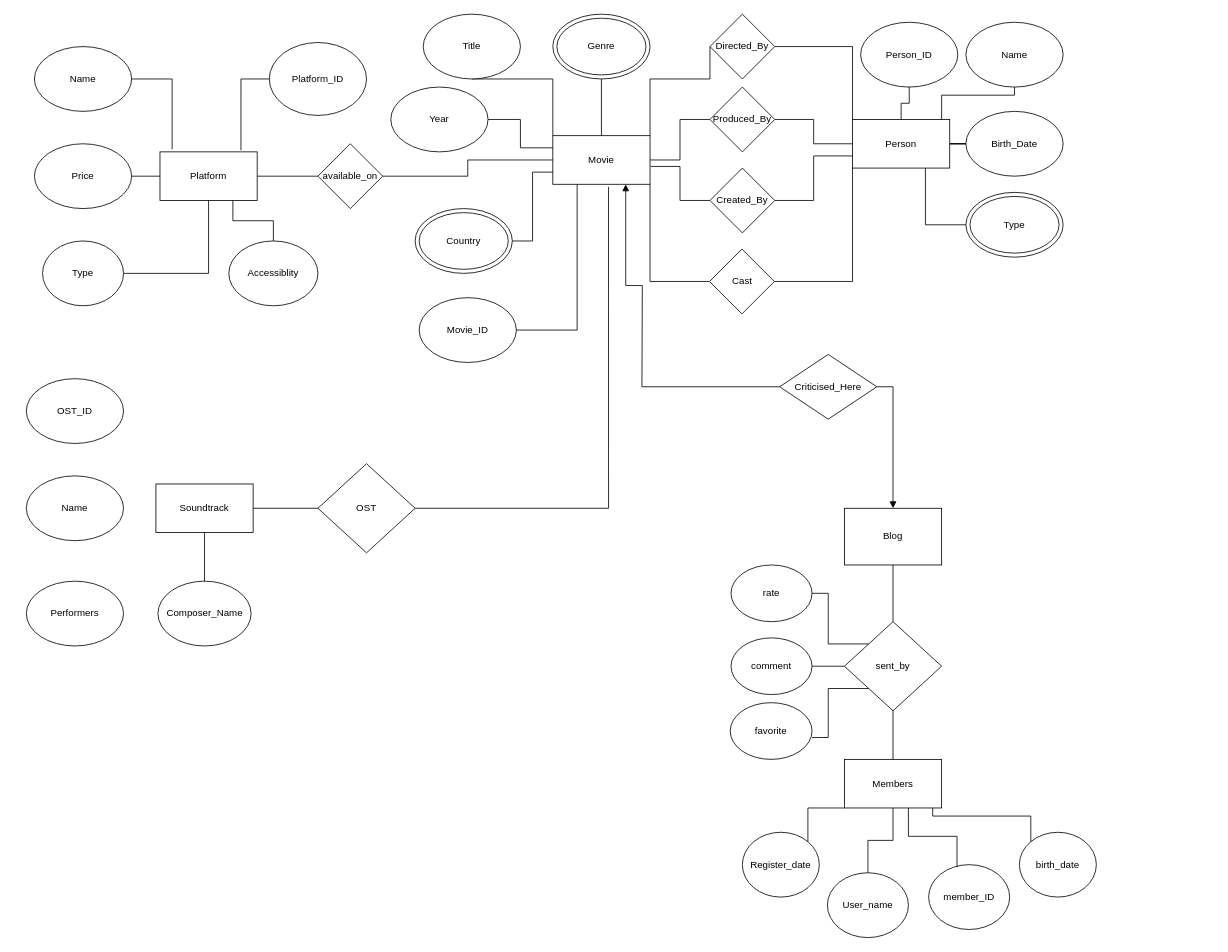
Earlier version of the draw.io diagram Untitled Diagram.drawio (yusuftengriverdi/database_management_systems). Source tidied: cells renumbered, new cells numbered last; positions are measured from the earlier drawing's top-left corner, leaving out a move shared by most shapes. Both pictures are drawn from the tidied source at 81%, with x=0, y=0 at pixel (26, 14).
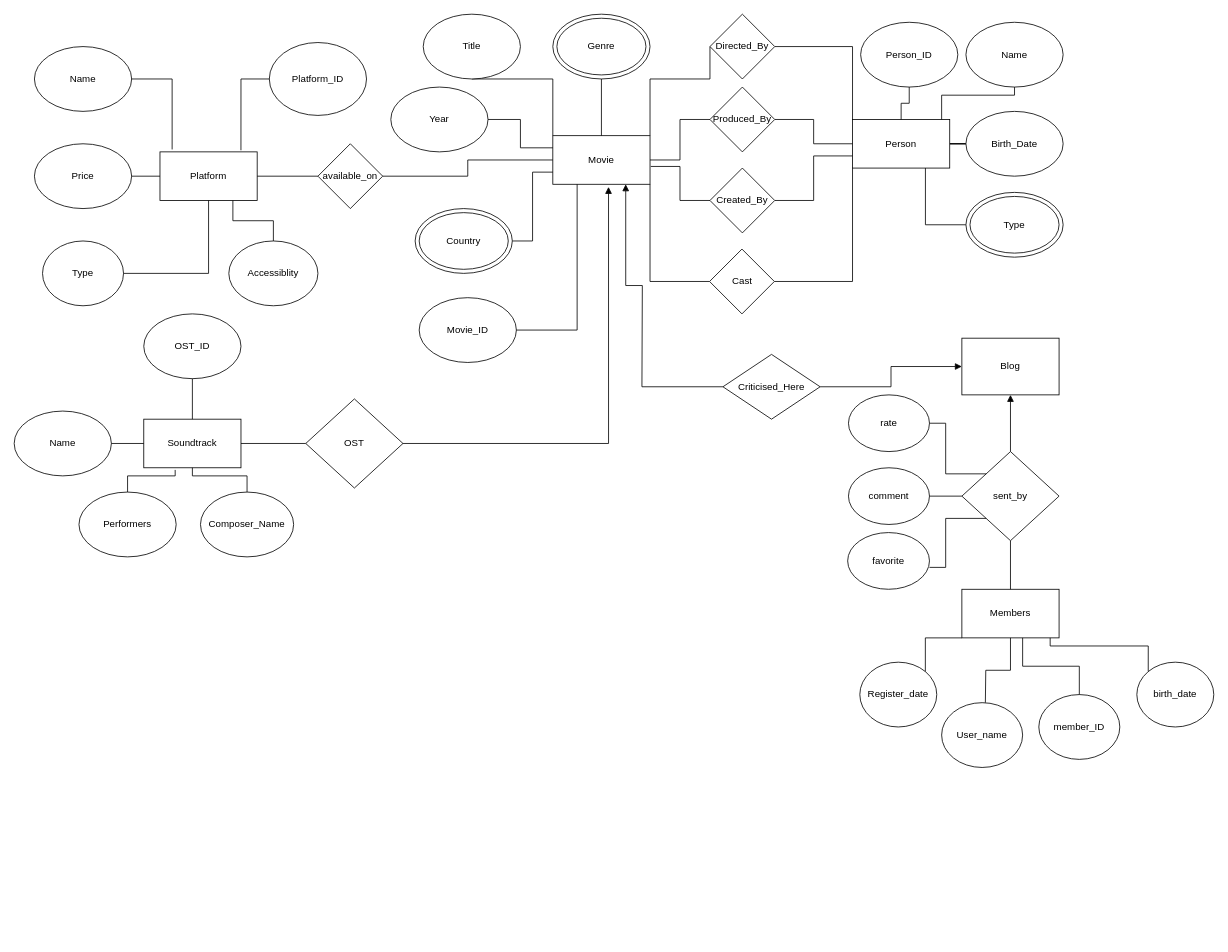
The same page after the edit.

The change refers to these unchanged cells:
```xml
<mxCell id="4" value="Movie" style="rounded=0;whiteSpace=wrap;html=1;" parent="1" vertex="1">
  <mxGeometry x="650" y="150" width="120" height="60" as="geometry" />
</mxCell>
```

Change to the diagram source:
```diff
@@
-    <mxCell id="52" style="edgeStyle=orthogonalEdgeStyle;rounded=0;jumpStyle=arc;jettySize=auto;html=1;startArrow=none;startFill=0;endArrow=none;endFill=0;strokeColor=#000000;" parent="1" edge="1" source="53" target="68">
+    <mxCell id="52" style="edgeStyle=orthogonalEdgeStyle;rounded=0;jumpStyle=arc;jettySize=auto;html=1;startArrow=block;startFill=1;endArrow=none;endFill=0;strokeColor=#000000;" parent="1" edge="1" source="53" target="68">
       <mxGeometry relative="1" as="geometry" />
     </mxCell>
     <mxCell id="53" value="Blog" style="rounded=0;whiteSpace=wrap;html=1;fillColor=none;" parent="1" vertex="1">
-      <mxGeometry x="1010" y="610" width="120" height="70" as="geometry" />
+      <mxGeometry x="1155" y="400" width="120" height="70" as="geometry" />
     </mxCell>
@@
     <mxCell id="56" value="Criticised_Here" style="rhombus;whiteSpace=wrap;html=1;" parent="1" vertex="1">
-      <mxGeometry x="930" y="420" width="120" height="80" as="geometry" />
+      <mxGeometry x="860" y="420" width="120" height="80" as="geometry" />
     </mxCell>
     <mxCell id="57" style="edgeStyle=orthogonalEdgeStyle;rounded=0;jumpStyle=arc;jettySize=auto;html=1;entryX=1;entryY=0;entryDx=0;entryDy=0;startArrow=none;startFill=0;endArrow=none;endFill=0;strokeColor=#000000;" parent="1" edge="1" source="61" target="63">
       <mxGeometry relative="1" as="geometry">
         <Array as="points">
-          <mxPoint x="965" y="980" />
+          <mxPoint x="1110" y="770" />
         </Array>
       </mxGeometry>
     </mxCell>
-    <mxCell id="58" style="edgeStyle=orthogonalEdgeStyle;rounded=0;jumpStyle=arc;jettySize=auto;html=1;entryX=0.5;entryY=0;entryDx=0;entryDy=0;startArrow=none;startFill=0;endArrow=none;endFill=0;strokeColor=#000000;" parent="1" edge="1" source="61" target="62">
-      <mxGeometry relative="1" as="geometry" />
+    <mxCell id="58" style="edgeStyle=orthogonalEdgeStyle;rounded=0;jumpStyle=arc;jettySize=auto;html=1;entryX=0.5;entryY=0;entryDx=0;entryDy=0;startArrow=none;startFill=0;endArrow=none;endFill=0;strokeColor=#000000;" parent="1" edge="1" source="61">
+      <mxGeometry relative="1" as="geometry">
+        <mxPoint x="1184" y="850" as="targetPoint" />
+      </mxGeometry>
     </mxCell>
+    <mxCell id="60" style="edgeStyle=orthogonalEdgeStyle;rounded=0;jumpStyle=arc;jettySize=auto;html=1;entryX=0;entryY=0;entryDx=0;entryDy=0;startArrow=none;startFill=0;endArrow=none;endFill=0;strokeColor=#000000;" parent="1" edge="1" source="61" target="64">
+      <mxGeometry relative="1" as="geometry">
+        <Array as="points">
+          <mxPoint x="1264" y="780" />
+          <mxPoint x="1385" y="780" />
+        </Array>
+      </mxGeometry>
+    </mxCell>
-    <mxCell id="59" style="edgeStyle=orthogonalEdgeStyle;rounded=0;jumpStyle=arc;jettySize=auto;html=1;entryX=0.35;entryY=0.038;entryDx=0;entryDy=0;entryPerimeter=0;startArrow=none;startFill=0;endArrow=none;endFill=0;strokeColor=#000000;" parent="1" edge="1" source="61" target="65">
+    <mxCell id="59" style="edgeStyle=orthogonalEdgeStyle;rounded=0;jumpStyle=arc;jettySize=auto;html=1;startArrow=none;startFill=0;endArrow=none;endFill=0;strokeColor=#000000;" parent="1" edge="1" source="61" target="65">
       <mxGeometry relative="1" as="geometry">
         <Array as="points">
-          <mxPoint x="1089" y="1015" />
-          <mxPoint x="1149" y="1015" />
+          <mxPoint x="1230" y="805" />
+          <mxPoint x="1300" y="805" />
         </Array>
       </mxGeometry>
     </mxCell>
-    <mxCell id="60" style="edgeStyle=orthogonalEdgeStyle;rounded=0;jumpStyle=arc;jettySize=auto;html=1;entryX=0;entryY=0;entryDx=0;entryDy=0;startArrow=none;startFill=0;endArrow=none;endFill=0;strokeColor=#000000;" parent="1" edge="1" source="61" target="64">
-      <mxGeometry relative="1" as="geometry">
-        <Array as="points">
-          <mxPoint x="1119" y="990" />
-          <mxPoint x="1240" y="990" />
-        </Array>
-      </mxGeometry>
-    </mxCell>
     <mxCell id="61" value="Members" style="rounded=0;whiteSpace=wrap;html=1;fillColor=none;" parent="1" vertex="1">
-      <mxGeometry x="1010" y="920" width="120" height="60" as="geometry" />
+      <mxGeometry x="1155" y="710" width="120" height="60" as="geometry" />
     </mxCell>
     <mxCell id="62" value="User_name" style="ellipse;whiteSpace=wrap;html=1;fillColor=none;" parent="1" vertex="1">
-      <mxGeometry x="989" y="1060" width="100" height="80" as="geometry" />
+      <mxGeometry x="1130" y="850" width="100" height="80" as="geometry" />
     </mxCell>
     <mxCell id="63" value="Register_date" style="ellipse;whiteSpace=wrap;html=1;fillColor=none;" parent="1" vertex="1">
-      <mxGeometry x="884" y="1010" width="95" height="80" as="geometry" />
+      <mxGeometry x="1029" y="800" width="95" height="80" as="geometry" />
     </mxCell>
     <mxCell id="64" value="birth_date" style="ellipse;whiteSpace=wrap;html=1;fillColor=none;" parent="1" vertex="1">
-      <mxGeometry x="1226" y="1010" width="95" height="80" as="geometry" />
+      <mxGeometry x="1371" y="800" width="95" height="80" as="geometry" />
     </mxCell>
     <mxCell id="65" value="member_ID" style="ellipse;whiteSpace=wrap;html=1;fillColor=none;" parent="1" vertex="1">
-      <mxGeometry x="1114" y="1050" width="100" height="80" as="geometry" />
+      <mxGeometry x="1250" y="840" width="100" height="80" as="geometry" />
     </mxCell>
+    <mxCell id="67" style="edgeStyle=orthogonalEdgeStyle;rounded=0;jumpStyle=arc;jettySize=auto;html=1;exitX=0;exitY=1;exitDx=0;exitDy=0;entryX=1;entryY=0.614;entryDx=0;entryDy=0;entryPerimeter=0;startArrow=none;startFill=0;endArrow=none;endFill=0;strokeColor=#000000;" parent="1" edge="1" source="68" target="71">
+      <mxGeometry relative="1" as="geometry" />
+    </mxCell>
-    <mxCell id="66" style="edgeStyle=orthogonalEdgeStyle;rounded=0;jumpStyle=arc;jettySize=auto;html=1;exitX=0.5;exitY=1;exitDx=0;exitDy=0;startArrow=none;startFill=0;endArrow=none;endFill=0;strokeColor=#000000;" parent="1" edge="1" source="68" target="61">
+    <mxCell id="66" style="edgeStyle=orthogonalEdgeStyle;rounded=0;jumpStyle=arc;jettySize=auto;html=1;exitX=0.5;exitY=1;exitDx=0;exitDy=0;entryX=0.5;entryY=0;entryDx=0;entryDy=0;startArrow=none;startFill=0;endArrow=none;endFill=0;strokeColor=#000000;" parent="1" edge="1" source="68" target="61">
       <mxGeometry relative="1" as="geometry" />
     </mxCell>
-    <mxCell id="67" style="edgeStyle=orthogonalEdgeStyle;rounded=0;jumpStyle=arc;jettySize=auto;html=1;exitX=0;exitY=1;exitDx=0;exitDy=0;entryX=1;entryY=0.614;entryDx=0;entryDy=0;entryPerimeter=0;startArrow=none;startFill=0;endArrow=none;endFill=0;strokeColor=#000000;" parent="1" edge="1" source="68" target="71">
-      <mxGeometry relative="1" as="geometry" />
-    </mxCell>
     <mxCell id="68" value="sent_by" style="rhombus;whiteSpace=wrap;html=1;fillColor=none;" parent="1" vertex="1">
-      <mxGeometry x="1010" y="750" width="120" height="110" as="geometry" />
+      <mxGeometry x="1155" y="540" width="120" height="110" as="geometry" />
     </mxCell>
@@
     <mxCell id="70" value="comment" style="ellipse;whiteSpace=wrap;html=1;fillColor=none;" parent="1" vertex="1">
-      <mxGeometry x="870" y="770" width="100" height="70" as="geometry" />
+      <mxGeometry x="1015" y="560" width="100" height="70" as="geometry" />
     </mxCell>
     <mxCell id="71" value="favorite" style="ellipse;whiteSpace=wrap;html=1;fillColor=none;" parent="1" vertex="1">
-      <mxGeometry x="869" y="850" width="101" height="70" as="geometry" />
+      <mxGeometry x="1014" y="640" width="101" height="70" as="geometry" />
     </mxCell>
@@
     <mxCell id="73" value="rate" style="ellipse;whiteSpace=wrap;html=1;fillColor=none;" parent="1" vertex="1">
-      <mxGeometry x="870" y="680" width="100" height="70" as="geometry" />
+      <mxGeometry x="1015" y="470" width="100" height="70" as="geometry" />
     </mxCell>
+    <mxCell id="83" style="edgeStyle=orthogonalEdgeStyle;rounded=0;jumpStyle=arc;jettySize=auto;html=1;startArrow=none;startFill=0;endArrow=none;endFill=0;strokeColor=#000000;" parent="1" edge="1" source="74" target="77">
+      <mxGeometry relative="1" as="geometry" />
+    </mxCell>
     <mxCell id="74" value="Soundtrack" style="rounded=0;whiteSpace=wrap;html=1;fillColor=none;" parent="1" vertex="1">
-      <mxGeometry x="160" y="580" width="120" height="60" as="geometry" />
+      <mxGeometry x="145" y="500" width="120" height="60" as="geometry" />
     </mxCell>
+    <mxCell id="84" style="edgeStyle=orthogonalEdgeStyle;rounded=0;jumpStyle=arc;jettySize=auto;html=1;startArrow=none;startFill=0;endArrow=none;endFill=0;strokeColor=#000000;" parent="1" edge="1" source="75" target="74">
+      <mxGeometry relative="1" as="geometry" />
+    </mxCell>
     <mxCell id="75" value="OST_ID" style="ellipse;whiteSpace=wrap;html=1;fillColor=none;" parent="1" vertex="1">
-      <mxGeometry y="450" width="120" height="80" as="geometry" />
+      <mxGeometry x="145" y="370" width="120" height="80" as="geometry" />
     </mxCell>
+    <mxCell id="85" style="edgeStyle=orthogonalEdgeStyle;rounded=0;jumpStyle=arc;jettySize=auto;html=1;entryX=0.323;entryY=1.044;entryDx=0;entryDy=0;entryPerimeter=0;startArrow=none;startFill=0;endArrow=none;endFill=0;strokeColor=#000000;" parent="1" edge="1" source="76" target="74">
+      <mxGeometry relative="1" as="geometry" />
+    </mxCell>
     <mxCell id="76" value="Performers" style="ellipse;whiteSpace=wrap;html=1;fillColor=none;" parent="1" vertex="1">
-      <mxGeometry y="700" width="120" height="80" as="geometry" />
+      <mxGeometry x="65" y="590" width="120" height="80" as="geometry" />
     </mxCell>
     <mxCell id="77" value="Name" style="ellipse;whiteSpace=wrap;html=1;fillColor=none;" parent="1" vertex="1">
-      <mxGeometry y="570" width="120" height="80" as="geometry" />
+      <mxGeometry x="-15" y="490" width="120" height="80" as="geometry" />
     </mxCell>
@@
     <mxCell id="79" value="Composer_Name" style="ellipse;whiteSpace=wrap;html=1;fillColor=none;" parent="1" vertex="1">
-      <mxGeometry x="162.5" y="700" width="115" height="80" as="geometry" />
+      <mxGeometry x="215" y="590" width="115" height="80" as="geometry" />
     </mxCell>
-    <mxCell id="80" style="edgeStyle=orthogonalEdgeStyle;rounded=0;jumpStyle=arc;jettySize=auto;html=1;entryX=0.573;entryY=1.054;entryDx=0;entryDy=0;entryPerimeter=0;startArrow=none;startFill=0;endArrow=none;endFill=0;strokeColor=#000000;" parent="1" edge="1" source="82" target="4">
+    <mxCell id="80" style="edgeStyle=orthogonalEdgeStyle;rounded=0;jumpStyle=arc;jettySize=auto;html=1;entryX=0.573;entryY=1.054;entryDx=0;entryDy=0;entryPerimeter=0;startArrow=none;startFill=0;endArrow=block;endFill=1;strokeColor=#000000;" parent="1" edge="1" source="82" target="4">
       <mxGeometry relative="1" as="geometry" />
     </mxCell>
@@
     <mxCell id="82" value="OST" style="rhombus;whiteSpace=wrap;html=1;fillColor=none;" parent="1" vertex="1">
-      <mxGeometry x="360" y="555" width="120" height="110" as="geometry" />
+      <mxGeometry x="345" y="475" width="120" height="110" as="geometry" />
     </mxCell>
```
